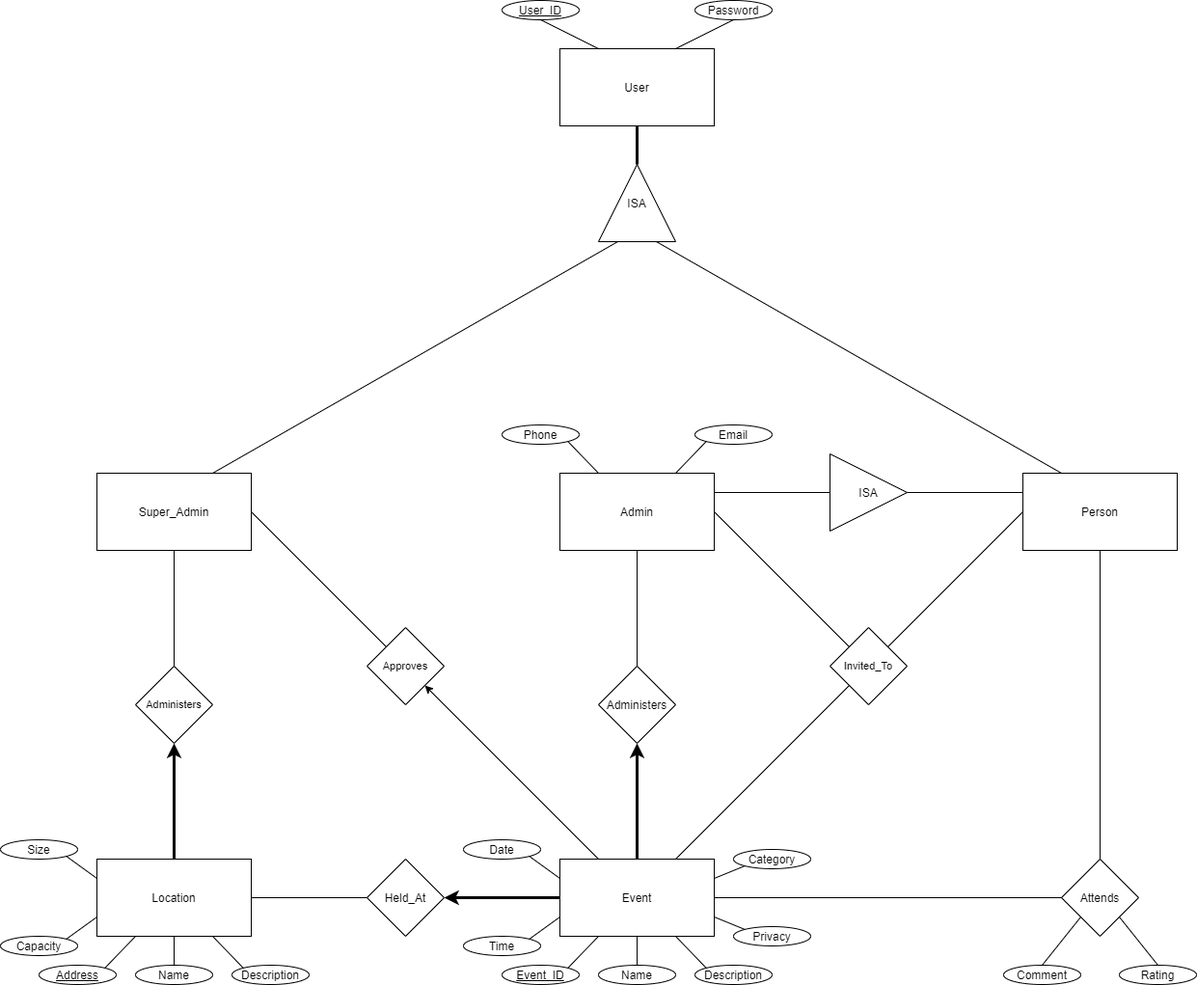
COP4710-2020-Group4/GroupProject keeps this draw.io diagram as database_structure/GroupProject_ERD.png. Above is the earlier version. Source tidied: cells renumbered, new cells last; positions are measured from the earlier drawing's top-left corner, leaving out a move shared by most shapes.
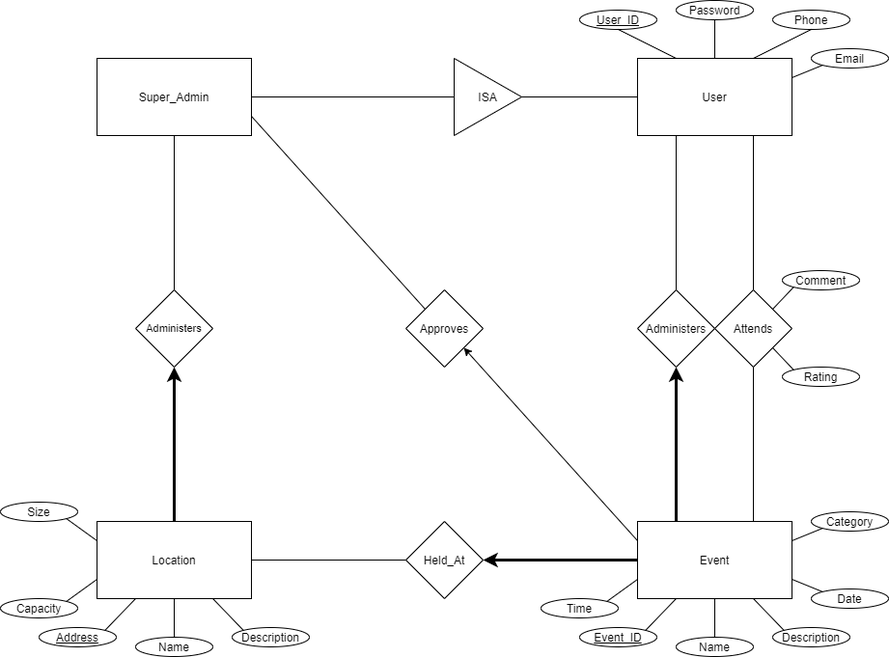
Above is the later version.

Diff of the diagram source:
```diff
@@ -3,56 +3,26 @@
     <mxCell id="0" />
     <mxCell id="1" parent="0" />
     <mxCell id="2" value="Event" style="rounded=0;whiteSpace=wrap;html=1;" parent="1" vertex="1">
-      <mxGeometry x="580" y="890" width="160" height="80" as="geometry" />
+      <mxGeometry x="980" y="570" width="160" height="80" as="geometry" />
     </mxCell>
     <mxCell id="3" value="Location" style="rounded=0;whiteSpace=wrap;html=1;" parent="1" vertex="1">
-      <mxGeometry x="100" y="890" width="160" height="80" as="geometry" />
+      <mxGeometry x="420" y="570" width="160" height="80" as="geometry" />
     </mxCell>
-    <mxCell id="4" value="Admin" style="rounded=0;whiteSpace=wrap;html=1;" parent="1" vertex="1">
-      <mxGeometry x="580" y="490" width="160" height="80" as="geometry" />
-    </mxCell>
     <mxCell id="5" value="Super_Admin" style="rounded=0;whiteSpace=wrap;html=1;" parent="1" vertex="1">
-      <mxGeometry x="100" y="490" width="160" height="80" as="geometry" />
+      <mxGeometry x="420" y="90" width="160" height="80" as="geometry" />
     </mxCell>
-    <mxCell id="6" value="Person" style="rounded=0;whiteSpace=wrap;html=1;" parent="1" vertex="1">
-      <mxGeometry x="1060" y="490" width="160" height="80" as="geometry" />
-    </mxCell>
     <mxCell id="7" value="Held_At" style="rhombus;whiteSpace=wrap;html=1;" parent="1" vertex="1">
-      <mxGeometry x="380" y="890" width="80" height="80" as="geometry" />
+      <mxGeometry x="740" y="570" width="80" height="80" as="geometry" />
     </mxCell>
     <mxCell id="8" value="Administers" style="rhombus;whiteSpace=wrap;html=1;" parent="1" vertex="1">
-      <mxGeometry x="620" y="690" width="80" height="80" as="geometry" />
+      <mxGeometry x="980" y="330" width="80" height="80" as="geometry" />
     </mxCell>
     <mxCell id="9" value="Attends" style="rhombus;whiteSpace=wrap;html=1;" parent="1" vertex="1">
-      <mxGeometry x="1100" y="890" width="80" height="80" as="geometry" />
+      <mxGeometry x="1060" y="330" width="80" height="80" as="geometry" />
     </mxCell>
     <mxCell id="10" value="User" style="rounded=0;whiteSpace=wrap;html=1;" parent="1" vertex="1">
-      <mxGeometry x="580" y="50" width="160" height="80" as="geometry" />
+      <mxGeometry x="980" y="90" width="160" height="80" as="geometry" />
     </mxCell>
-    <mxCell id="11" value="ISA" style="triangle;whiteSpace=wrap;html=1;direction=north;" parent="1" vertex="1">
-      <mxGeometry x="620" y="170" width="80" height="80" as="geometry" />
-    </mxCell>
-    <mxCell id="12" style="endArrow=none;html=1;strokeWidth=3;entryX=0.5;entryY=1;entryDx=0;entryDy=0;exitX=1;exitY=0.5;exitDx=0;exitDy=0;" parent="1" edge="1" source="11" target="10">
-      <mxGeometry relative="1" as="geometry" />
-    </mxCell>
-    <mxCell id="13" style="endArrow=none;html=1;strokeWidth=1;entryX=0;entryY=0.25;entryDx=0;entryDy=0;exitX=0.75;exitY=0;exitDx=0;exitDy=0;" parent="1" edge="1" source="5" target="11">
-      <mxGeometry relative="1" as="geometry" />
-    </mxCell>
-    <mxCell id="14" style="endArrow=none;html=1;strokeWidth=1;entryX=0;entryY=0.75;entryDx=0;entryDy=0;exitX=0.25;exitY=0;exitDx=0;exitDy=0;" parent="1" edge="1" source="6" target="11">
-      <mxGeometry relative="1" as="geometry" />
-    </mxCell>
-    <mxCell id="15" style="endArrow=none;html=1;strokeWidth=1;entryX=0.5;entryY=0;entryDx=0;entryDy=0;exitX=0.5;exitY=1;exitDx=0;exitDy=0;startArrow=none;startFill=0;" parent="1" edge="1" source="4" target="8">
-      <mxGeometry relative="1" as="geometry" />
-    </mxCell>
-    <mxCell id="16" style="endArrow=classic;html=1;strokeWidth=3;entryX=0.5;entryY=1;entryDx=0;entryDy=0;exitX=0.5;exitY=0;exitDx=0;exitDy=0;endFill=1;startArrow=none;startFill=0;" parent="1" edge="1" source="2" target="8">
-      <mxGeometry relative="1" as="geometry" />
-    </mxCell>
-    <mxCell id="17" style="endArrow=none;html=1;strokeWidth=1;entryX=0.5;entryY=1;entryDx=0;entryDy=0;exitX=0.5;exitY=0;exitDx=0;exitDy=0;" parent="1" edge="1" source="9" target="6">
-      <mxGeometry relative="1" as="geometry" />
-    </mxCell>
-    <mxCell id="18" style="endArrow=none;html=1;strokeWidth=1;entryX=0;entryY=0.5;entryDx=0;entryDy=0;exitX=1;exitY=0.5;exitDx=0;exitDy=0;" parent="1" edge="1" source="2" target="9">
-      <mxGeometry relative="1" as="geometry" />
-    </mxCell>
     <mxCell id="19" style="endArrow=none;html=1;strokeWidth=1;entryX=0;entryY=0.5;entryDx=0;entryDy=0;exitX=1;exitY=0.5;exitDx=0;exitDy=0;" parent="1" edge="1" source="3" target="7">
       <mxGeometry relative="1" as="geometry" />
     </mxCell>
@@ -60,19 +30,19 @@
       <mxGeometry relative="1" as="geometry" />
     </mxCell>
     <mxCell id="21" value="User_ID" style="ellipse;whiteSpace=wrap;html=1;fontStyle=4;" parent="1" vertex="1">
-      <mxGeometry x="520" width="80" height="20" as="geometry" />
+      <mxGeometry x="920" y="40" width="80" height="20" as="geometry" />
     </mxCell>
     <mxCell id="22" style="endArrow=none;html=1;strokeWidth=1;fontSize=11;entryX=0.5;entryY=1;entryDx=0;entryDy=0;exitX=0.25;exitY=0;exitDx=0;exitDy=0;" parent="1" edge="1" source="10" target="21">
       <mxGeometry relative="1" as="geometry" />
     </mxCell>
     <mxCell id="23" value="Password" style="ellipse;whiteSpace=wrap;html=1;fontStyle=0;" parent="1" vertex="1">
-      <mxGeometry x="720" width="80" height="20" as="geometry" />
+      <mxGeometry x="1020" y="30" width="80" height="20" as="geometry" />
     </mxCell>
-    <mxCell id="24" style="endArrow=none;html=1;strokeWidth=1;fontSize=11;entryX=0.5;entryY=1;entryDx=0;entryDy=0;exitX=0.75;exitY=0;exitDx=0;exitDy=0;" parent="1" edge="1" source="10" target="23">
+    <mxCell id="24" style="endArrow=none;html=1;strokeWidth=1;fontSize=11;entryX=0.5;entryY=1;entryDx=0;entryDy=0;exitX=0.5;exitY=0;exitDx=0;exitDy=0;" parent="1" edge="1" source="10" target="23">
       <mxGeometry relative="1" as="geometry" />
     </mxCell>
     <mxCell id="25" value="Administers" style="rhombus;whiteSpace=wrap;html=1;fontSize=11;" parent="1" vertex="1">
-      <mxGeometry x="140" y="690" width="80" height="80" as="geometry" />
+      <mxGeometry x="460" y="330" width="80" height="80" as="geometry" />
     </mxCell>
     <mxCell id="26" style="endArrow=none;html=1;strokeWidth=1;fontSize=11;entryX=0.5;entryY=1;entryDx=0;entryDy=0;exitX=0.5;exitY=0;exitDx=0;exitDy=0;endFill=0;" parent="1" edge="1" source="25" target="5">
       <mxGeometry relative="1" as="geometry" />
@@ -81,134 +51,124 @@
       <mxGeometry relative="1" as="geometry" />
     </mxCell>
     <mxCell id="28" value="Rating" style="ellipse;whiteSpace=wrap;html=1;fontStyle=0;" parent="1" vertex="1">
-      <mxGeometry x="1160" y="1000" width="80" height="20" as="geometry" />
+      <mxGeometry x="1130" y="410" width="80" height="20" as="geometry" />
     </mxCell>
     <mxCell id="29" value="Comment" style="ellipse;whiteSpace=wrap;html=1;fontStyle=0;" parent="1" vertex="1">
-      <mxGeometry x="1040" y="1000" width="80" height="20" as="geometry" />
+      <mxGeometry x="1130" y="310" width="80" height="20" as="geometry" />
     </mxCell>
-    <mxCell id="30" style="endArrow=none;html=1;strokeWidth=1;fontSize=11;entryX=0.5;entryY=0;entryDx=0;entryDy=0;exitX=0;exitY=1;exitDx=0;exitDy=0;" parent="1" edge="1" source="9" target="29">
-      <mxGeometry relative="1" as="geometry" />
-    </mxCell>
-    <mxCell id="31" style="endArrow=none;html=1;strokeWidth=1;fontSize=11;entryX=1;entryY=1;entryDx=0;entryDy=0;exitX=0.5;exitY=0;exitDx=0;exitDy=0;" parent="1" edge="1" source="28" target="9">
-      <mxGeometry relative="1" as="geometry" />
-    </mxCell>
     <mxCell id="32" value="Event_ID" style="ellipse;whiteSpace=wrap;html=1;fontStyle=4;" parent="1" vertex="1">
-      <mxGeometry x="520" y="1000" width="80" height="20" as="geometry" />
+      <mxGeometry x="920" y="680" width="80" height="20" as="geometry" />
     </mxCell>
     <mxCell id="33" style="endArrow=none;html=1;strokeWidth=1;fontSize=11;entryX=0.25;entryY=1;entryDx=0;entryDy=0;exitX=1;exitY=0;exitDx=0;exitDy=0;" parent="1" edge="1" source="32" target="2">
       <mxGeometry relative="1" as="geometry" />
     </mxCell>
     <mxCell id="34" value="Name" style="ellipse;whiteSpace=wrap;html=1;fontStyle=0;" parent="1" vertex="1">
-      <mxGeometry x="620" y="1000" width="80" height="20" as="geometry" />
+      <mxGeometry x="1020" y="690" width="80" height="20" as="geometry" />
     </mxCell>
     <mxCell id="35" style="endArrow=none;html=1;strokeWidth=1;fontSize=11;entryX=0.5;entryY=1;entryDx=0;entryDy=0;exitX=0.5;exitY=0;exitDx=0;exitDy=0;" parent="1" edge="1" source="34" target="2">
       <mxGeometry relative="1" as="geometry" />
     </mxCell>
     <mxCell id="36" value="Phone" style="ellipse;whiteSpace=wrap;html=1;fontStyle=0;" parent="1" vertex="1">
-      <mxGeometry x="520" y="440" width="80" height="20" as="geometry" />
+      <mxGeometry x="1120" y="40" width="80" height="20" as="geometry" />
     </mxCell>
-    <mxCell id="37" style="endArrow=none;html=1;strokeWidth=1;fontSize=11;entryX=1;entryY=1;entryDx=0;entryDy=0;exitX=0.25;exitY=0;exitDx=0;exitDy=0;" parent="1" edge="1" source="4" target="36">
-      <mxGeometry relative="1" as="geometry" />
-    </mxCell>
     <mxCell id="38" value="Email" style="ellipse;whiteSpace=wrap;html=1;fontStyle=0;" parent="1" vertex="1">
-      <mxGeometry x="720" y="440" width="80" height="20" as="geometry" />
+      <mxGeometry x="1160" y="80" width="80" height="20" as="geometry" />
     </mxCell>
-    <mxCell id="39" style="endArrow=none;html=1;strokeWidth=1;fontSize=11;entryX=0;entryY=1;entryDx=0;entryDy=0;exitX=0.75;exitY=0;exitDx=0;exitDy=0;" parent="1" edge="1" source="4" target="38">
-      <mxGeometry relative="1" as="geometry" />
-    </mxCell>
     <mxCell id="40" value="Description" style="ellipse;whiteSpace=wrap;html=1;fontStyle=0;" parent="1" vertex="1">
-      <mxGeometry x="720" y="1000" width="80" height="20" as="geometry" />
+      <mxGeometry x="1120" y="680" width="80" height="20" as="geometry" />
     </mxCell>
     <mxCell id="41" style="endArrow=none;html=1;strokeWidth=1;fontSize=11;entryX=0;entryY=0;entryDx=0;entryDy=0;exitX=0.75;exitY=1;exitDx=0;exitDy=0;" parent="1" edge="1" source="2" target="40">
       <mxGeometry relative="1" as="geometry" />
     </mxCell>
     <mxCell id="42" value="Time" style="ellipse;whiteSpace=wrap;html=1;fontStyle=0;" parent="1" vertex="1">
-      <mxGeometry x="480" y="970" width="80" height="20" as="geometry" />
+      <mxGeometry x="880" y="650" width="80" height="20" as="geometry" />
     </mxCell>
     <mxCell id="43" style="endArrow=none;html=1;strokeWidth=1;fontSize=11;entryX=1;entryY=0;entryDx=0;entryDy=0;exitX=0;exitY=0.75;exitDx=0;exitDy=0;" parent="1" edge="1" source="2" target="42">
       <mxGeometry relative="1" as="geometry" />
     </mxCell>
     <mxCell id="44" value="Date" style="ellipse;whiteSpace=wrap;html=1;fontStyle=0;" parent="1" vertex="1">
-      <mxGeometry x="480" y="870" width="80" height="20" as="geometry" />
+      <mxGeometry x="1160" y="640" width="80" height="20" as="geometry" />
     </mxCell>
-    <mxCell id="45" style="endArrow=none;html=1;strokeWidth=1;fontSize=11;entryX=1;entryY=1;entryDx=0;entryDy=0;exitX=0;exitY=0.25;exitDx=0;exitDy=0;" parent="1" edge="1" source="2" target="44">
-      <mxGeometry relative="1" as="geometry" />
-    </mxCell>
     <mxCell id="46" value="Category" style="ellipse;whiteSpace=wrap;html=1;fontStyle=0;" parent="1" vertex="1">
-      <mxGeometry x="760" y="880" width="80" height="20" as="geometry" />
+      <mxGeometry x="1160" y="560" width="80" height="20" as="geometry" />
     </mxCell>
     <mxCell id="47" style="endArrow=none;html=1;strokeWidth=1;fontSize=11;entryX=0;entryY=1;entryDx=0;entryDy=0;exitX=1;exitY=0.25;exitDx=0;exitDy=0;" parent="1" edge="1" source="2" target="46">
       <mxGeometry relative="1" as="geometry" />
     </mxCell>
-    <mxCell id="48" value="Privacy" style="ellipse;whiteSpace=wrap;html=1;fontStyle=0;" parent="1" vertex="1">
-      <mxGeometry x="760" y="960" width="80" height="20" as="geometry" />
-    </mxCell>
-    <mxCell id="49" style="endArrow=none;html=1;strokeWidth=1;fontSize=11;entryX=0;entryY=0;entryDx=0;entryDy=0;exitX=1;exitY=0.75;exitDx=0;exitDy=0;" parent="1" edge="1" source="2" target="48">
-      <mxGeometry relative="1" as="geometry" />
-    </mxCell>
-    <mxCell id="50" value="Approves" style="rhombus;whiteSpace=wrap;html=1;fontSize=11;" parent="1" vertex="1">
-      <mxGeometry x="380" y="650" width="80" height="80" as="geometry" />
-    </mxCell>
-    <mxCell id="51" style="endArrow=none;html=1;strokeWidth=1;fontSize=11;entryX=1;entryY=0.5;entryDx=0;entryDy=0;exitX=0;exitY=0;exitDx=0;exitDy=0;" parent="1" edge="1" source="50" target="5">
-      <mxGeometry relative="1" as="geometry" />
-    </mxCell>
-    <mxCell id="52" style="endArrow=classic;html=1;strokeWidth=1;fontSize=11;entryX=1;entryY=1;entryDx=0;entryDy=0;exitX=0.25;exitY=0;exitDx=0;exitDy=0;startArrow=none;startFill=0;endFill=1;" parent="1" edge="1" source="2" target="50">
-      <mxGeometry relative="1" as="geometry" />
-    </mxCell>
-    <mxCell id="53" value="Invited_To" style="rhombus;whiteSpace=wrap;html=1;fontSize=11;" parent="1" vertex="1">
-      <mxGeometry x="860" y="650" width="80" height="80" as="geometry" />
-    </mxCell>
-    <mxCell id="54" style="endArrow=none;html=1;strokeWidth=1;fontSize=11;entryX=1;entryY=0.5;entryDx=0;entryDy=0;exitX=0;exitY=0;exitDx=0;exitDy=0;" parent="1" edge="1" source="53" target="4">
-      <mxGeometry relative="1" as="geometry" />
-    </mxCell>
-    <mxCell id="55" style="endArrow=none;html=1;strokeWidth=1;fontSize=11;entryX=0;entryY=0.5;entryDx=0;entryDy=0;exitX=1;exitY=0;exitDx=0;exitDy=0;" parent="1" edge="1" source="53" target="6">
-      <mxGeometry relative="1" as="geometry" />
-    </mxCell>
-    <mxCell id="56" style="endArrow=none;html=1;strokeWidth=1;fontSize=11;entryX=0;entryY=1;entryDx=0;entryDy=0;exitX=0.75;exitY=0;exitDx=0;exitDy=0;" parent="1" edge="1" source="2" target="53">
-      <mxGeometry relative="1" as="geometry" />
-    </mxCell>
     <mxCell id="57" value="Name" style="ellipse;whiteSpace=wrap;html=1;fontStyle=0;" parent="1" vertex="1">
-      <mxGeometry x="140" y="1000" width="80" height="20" as="geometry" />
+      <mxGeometry x="460" y="690" width="80" height="20" as="geometry" />
     </mxCell>
     <mxCell id="58" style="endArrow=none;html=1;strokeWidth=1;fontSize=11;entryX=0.5;entryY=1;entryDx=0;entryDy=0;exitX=0.5;exitY=0;exitDx=0;exitDy=0;" parent="1" edge="1" source="57" target="3">
       <mxGeometry relative="1" as="geometry" />
     </mxCell>
     <mxCell id="59" value="Address" style="ellipse;whiteSpace=wrap;html=1;fontStyle=4;" parent="1" vertex="1">
-      <mxGeometry x="40" y="1000" width="80" height="20" as="geometry" />
+      <mxGeometry x="360" y="680" width="80" height="20" as="geometry" />
     </mxCell>
     <mxCell id="60" style="endArrow=none;html=1;strokeWidth=1;fontSize=11;entryX=0.25;entryY=1;entryDx=0;entryDy=0;exitX=1;exitY=0;exitDx=0;exitDy=0;" parent="1" edge="1" source="59" target="3">
       <mxGeometry relative="1" as="geometry" />
     </mxCell>
     <mxCell id="61" value="Description" style="ellipse;whiteSpace=wrap;html=1;fontStyle=0;" parent="1" vertex="1">
-      <mxGeometry x="240" y="1000" width="80" height="20" as="geometry" />
+      <mxGeometry x="560" y="680" width="80" height="20" as="geometry" />
     </mxCell>
     <mxCell id="62" style="endArrow=none;html=1;strokeWidth=1;fontSize=11;entryX=0;entryY=0;entryDx=0;entryDy=0;exitX=0.75;exitY=1;exitDx=0;exitDy=0;" parent="1" edge="1" source="3" target="61">
       <mxGeometry relative="1" as="geometry" />
     </mxCell>
     <mxCell id="63" value="Capacity" style="ellipse;whiteSpace=wrap;html=1;fontStyle=0;" parent="1" vertex="1">
-      <mxGeometry y="970" width="80" height="20" as="geometry" />
+      <mxGeometry x="320" y="650" width="80" height="20" as="geometry" />
     </mxCell>
     <mxCell id="64" style="endArrow=none;html=1;strokeWidth=1;fontSize=11;entryX=0;entryY=0.75;entryDx=0;entryDy=0;exitX=1;exitY=0;exitDx=0;exitDy=0;" parent="1" edge="1" source="63" target="3">
       <mxGeometry relative="1" as="geometry" />
     </mxCell>
     <mxCell id="65" value="Size" style="ellipse;whiteSpace=wrap;html=1;fontStyle=0;" parent="1" vertex="1">
-      <mxGeometry y="870" width="80" height="20" as="geometry" />
+      <mxGeometry x="320" y="550" width="80" height="20" as="geometry" />
     </mxCell>
     <mxCell id="66" style="endArrow=none;html=1;strokeWidth=1;fontSize=11;entryX=1;entryY=1;entryDx=0;entryDy=0;exitX=0;exitY=0.25;exitDx=0;exitDy=0;" parent="1" edge="1" source="3" target="65">
       <mxGeometry relative="1" as="geometry" />
     </mxCell>
+    <mxCell id="70" style="endArrow=none;html=1;strokeWidth=1;entryX=0.5;entryY=1;entryDx=0;entryDy=0;exitX=0.75;exitY=0;exitDx=0;exitDy=0;" parent="1" edge="1" source="10" target="36">
+      <mxGeometry relative="1" as="geometry" />
+    </mxCell>
+    <mxCell id="71" style="endArrow=none;html=1;strokeWidth=1;entryX=0;entryY=1;entryDx=0;entryDy=0;exitX=1;exitY=0.25;exitDx=0;exitDy=0;" parent="1" edge="1" source="10" target="38">
+      <mxGeometry relative="1" as="geometry" />
+    </mxCell>
+    <mxCell id="72" style="endArrow=none;html=1;strokeWidth=1;entryX=0.25;entryY=1;entryDx=0;entryDy=0;exitX=0.5;exitY=0;exitDx=0;exitDy=0;" parent="1" edge="1" source="8" target="10">
+      <mxGeometry relative="1" as="geometry" />
+    </mxCell>
+    <mxCell id="16" style="endArrow=classic;html=1;strokeWidth=3;entryX=0.5;entryY=1;entryDx=0;entryDy=0;exitX=0.25;exitY=0;exitDx=0;exitDy=0;endSize=6;" parent="1" edge="1" source="2" target="8">
+      <mxGeometry relative="1" as="geometry" />
+    </mxCell>
+    <mxCell id="73" style="endArrow=none;html=1;strokeWidth=1;entryX=0.75;entryY=1;entryDx=0;entryDy=0;exitX=0.5;exitY=0;exitDx=0;exitDy=0;" parent="1" edge="1" source="9" target="10">
+      <mxGeometry relative="1" as="geometry" />
+    </mxCell>
+    <mxCell id="74" style="endArrow=none;html=1;strokeWidth=1;entryX=0.75;entryY=0;entryDx=0;entryDy=0;" parent="1" edge="1" source="9" target="2">
+      <mxGeometry relative="1" as="geometry" />
+    </mxCell>
+    <mxCell id="30" style="endArrow=none;html=1;strokeWidth=1;entryX=0;entryY=1;entryDx=0;entryDy=0;exitX=1;exitY=0;exitDx=0;exitDy=0;" parent="1" edge="1" source="9" target="29">
+      <mxGeometry relative="1" as="geometry" />
+    </mxCell>
+    <mxCell id="31" style="endArrow=none;html=1;strokeWidth=1;entryX=1;entryY=1;entryDx=0;entryDy=0;exitX=0;exitY=0;exitDx=0;exitDy=0;" parent="1" edge="1" source="28" target="9">
+      <mxGeometry relative="1" as="geometry" />
+    </mxCell>
+    <mxCell id="45" style="endArrow=none;html=1;strokeWidth=1;entryX=0;entryY=0;entryDx=0;entryDy=0;exitX=1;exitY=0.75;exitDx=0;exitDy=0;" parent="1" edge="1" source="2" target="44">
+      <mxGeometry relative="1" as="geometry" />
+    </mxCell>
     <mxCell id="67" value="ISA" style="triangle;whiteSpace=wrap;html=1;" parent="1" vertex="1">
-      <mxGeometry x="860" y="470" width="80" height="80" as="geometry" />
+      <mxGeometry x="790" y="90" width="70" height="80" as="geometry" />
     </mxCell>
-    <mxCell id="68" style="endArrow=none;html=1;strokeWidth=1;entryX=0;entryY=0.5;entryDx=0;entryDy=0;exitX=1;exitY=0.5;exitDx=0;exitDy=0;" parent="1" edge="1" source="67">
-      <mxGeometry relative="1" as="geometry">
-        <mxPoint x="1060" y="510" as="targetPoint" />
-      </mxGeometry>
-    </mxCell>
-    <mxCell id="69" style="endArrow=none;html=1;strokeWidth=1;entryX=0;entryY=0.5;entryDx=0;entryDy=0;exitX=1;exitY=0.5;exitDx=0;exitDy=0;" parent="1" edge="1" target="67">
-      <mxGeometry relative="1" as="geometry">
-        <mxPoint x="740" y="510" as="sourcePoint" />
-      </mxGeometry>
-    </mxCell>
+    <mxCell id="75" style="endArrow=none;html=1;strokeWidth=1;entryX=0;entryY=0.5;entryDx=0;entryDy=0;exitX=1;exitY=0.5;exitDx=0;exitDy=0;" parent="1" edge="1" source="67" target="10">
+      <mxGeometry relative="1" as="geometry" />
+    </mxCell>
+    <mxCell id="76" style="endArrow=none;html=1;strokeWidth=1;entryX=0;entryY=0.5;entryDx=0;entryDy=0;exitX=1;exitY=0.5;exitDx=0;exitDy=0;" parent="1" edge="1" source="5" target="67">
+      <mxGeometry relative="1" as="geometry" />
+    </mxCell>
+    <mxCell id="50" value="Approves" style="rhombus;whiteSpace=wrap;html=1;" parent="1" vertex="1">
+      <mxGeometry x="740" y="330" width="80" height="80" as="geometry" />
+    </mxCell>
+    <mxCell id="77" style="endArrow=none;html=1;strokeWidth=1;entryX=0;entryY=0.25;entryDx=0;entryDy=0;exitX=1;exitY=1;exitDx=0;exitDy=0;endFill=0;startArrow=classic;startFill=1;" parent="1" edge="1" source="50" target="2">
+      <mxGeometry relative="1" as="geometry" />
+    </mxCell>
+    <mxCell id="51" style="endArrow=none;html=1;strokeWidth=1;entryX=1;entryY=0.75;entryDx=0;entryDy=0;exitX=0;exitY=0;exitDx=0;exitDy=0;" parent="1" edge="1" source="50" target="5">
+      <mxGeometry relative="1" as="geometry" />
+    </mxCell>
   </root>
 </mxGraphModel>
```
